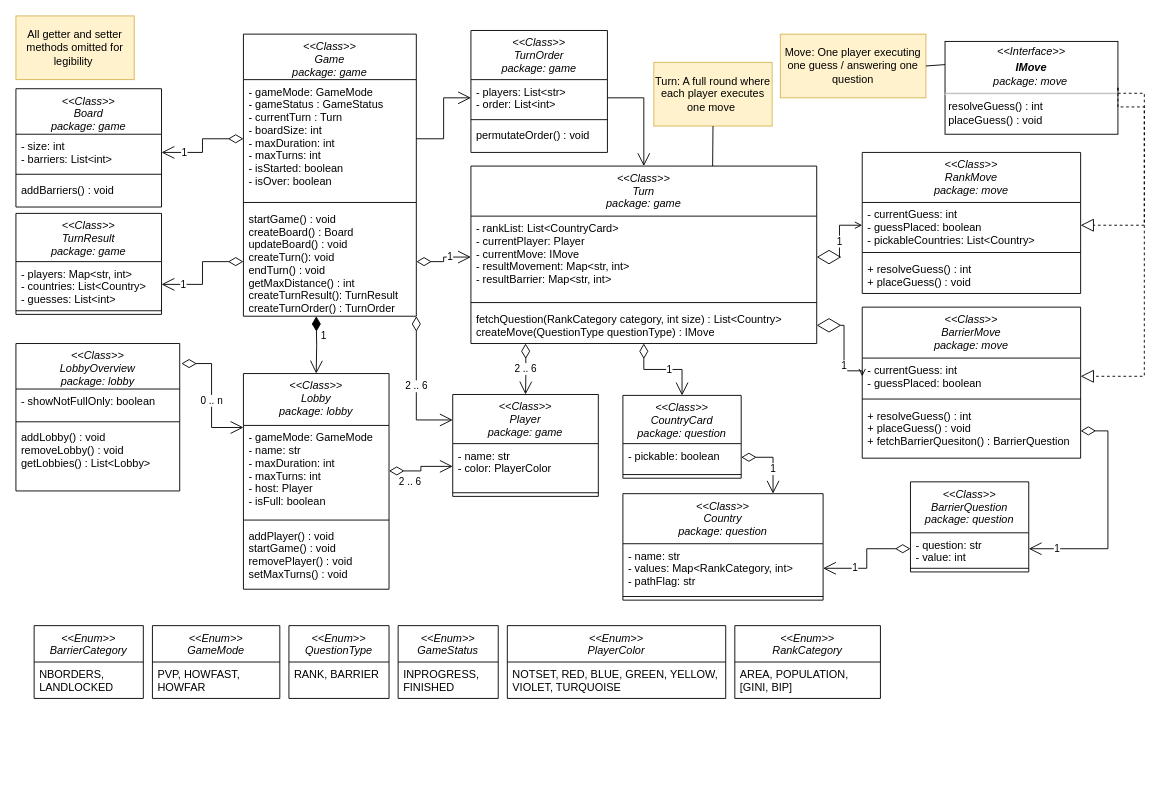
Above: class_diagram/class_diagram.drawio in sopra-fs23-group-29/sopra-fs23-group-29-server (draw.io), before the change. Source tidied: cells renumbered, new cells numbered last; positions are measured from the earlier drawing's top-left corner, leaving out a move shared by most shapes. Both pictures are drawn from the tidied source at 91%, with x=0, y=0 at pixel (15, 15).
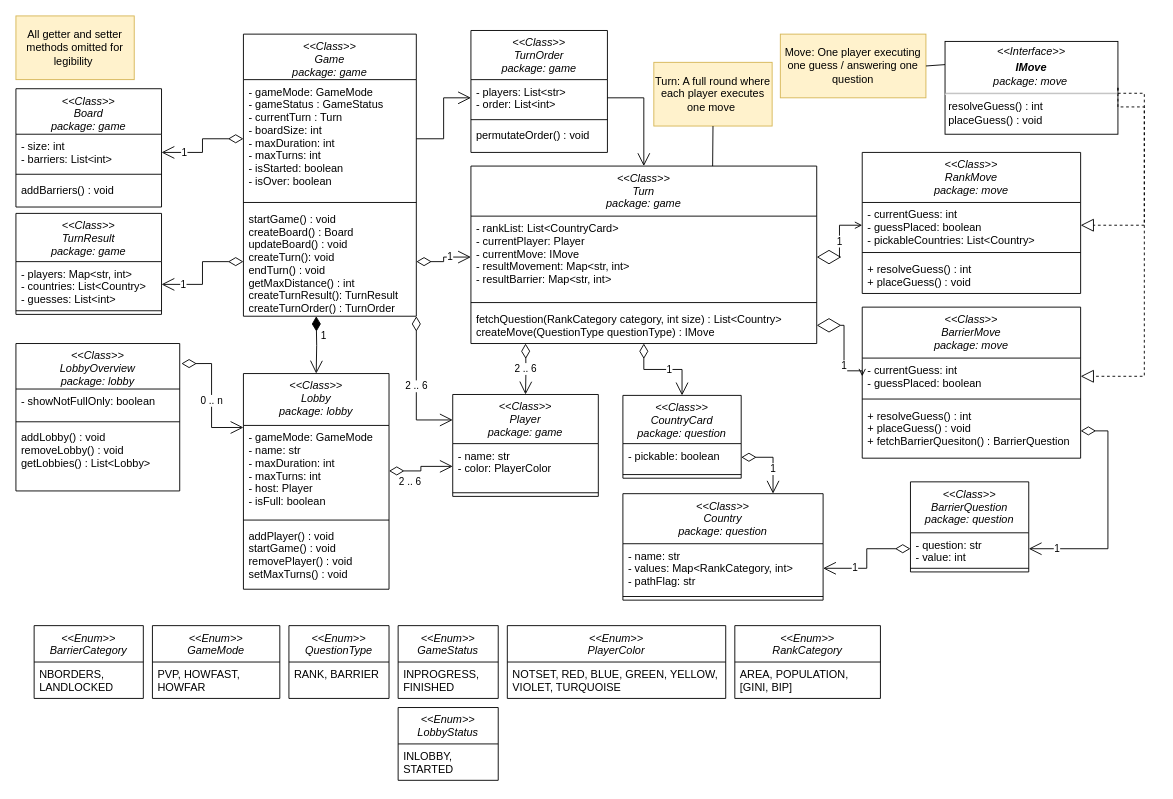
The same page after the edit.

Commit message (it also covers changes not shown here):
Upate class_diagram, M2_class_diagram is finished class_diagram from M2

What changed in the source:
```diff
@@
+    <mxCell id="85" value="&lt;&lt;Enum&gt;&gt;&#10;LobbyStatus" style="swimlane;fontStyle=2;align=center;verticalAlign=top;horizontal=1;startSize=40;rounded=0;shadow=0;strokeWidth=1;" parent="1" vertex="1">
+      <mxGeometry x="420" y="760" width="110" height="80" as="geometry" />
+    </mxCell>
+    <mxCell id="86" value="INLOBBY, STARTED" style="text;align=left;verticalAlign=top;spacingLeft=4;spacingRight=4;overflow=hidden;whiteSpace=wrap;" parent="85" vertex="1">
+      <mxGeometry y="40" width="110" height="40" as="geometry" />
+    </mxCell>
```
